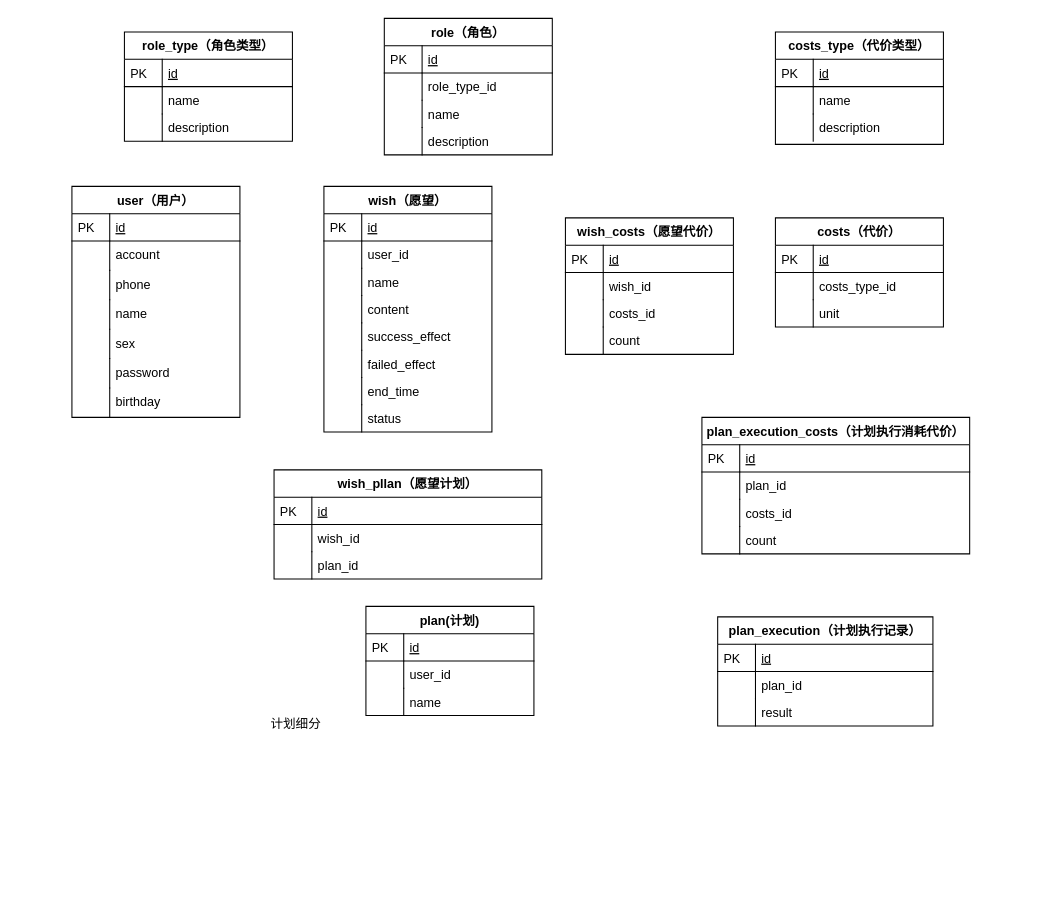
Earlier version of the draw.io diagram 人生管理系统.drawio (iceAcmen/myDesign). Source tidied: cells renumbered, new cells numbered last; positions are measured from the earlier drawing's top-left corner, leaving out a move shared by most shapes. Both pictures are drawn from the tidied source at 105%, with x=0, y=0 at pixel (71, 18).
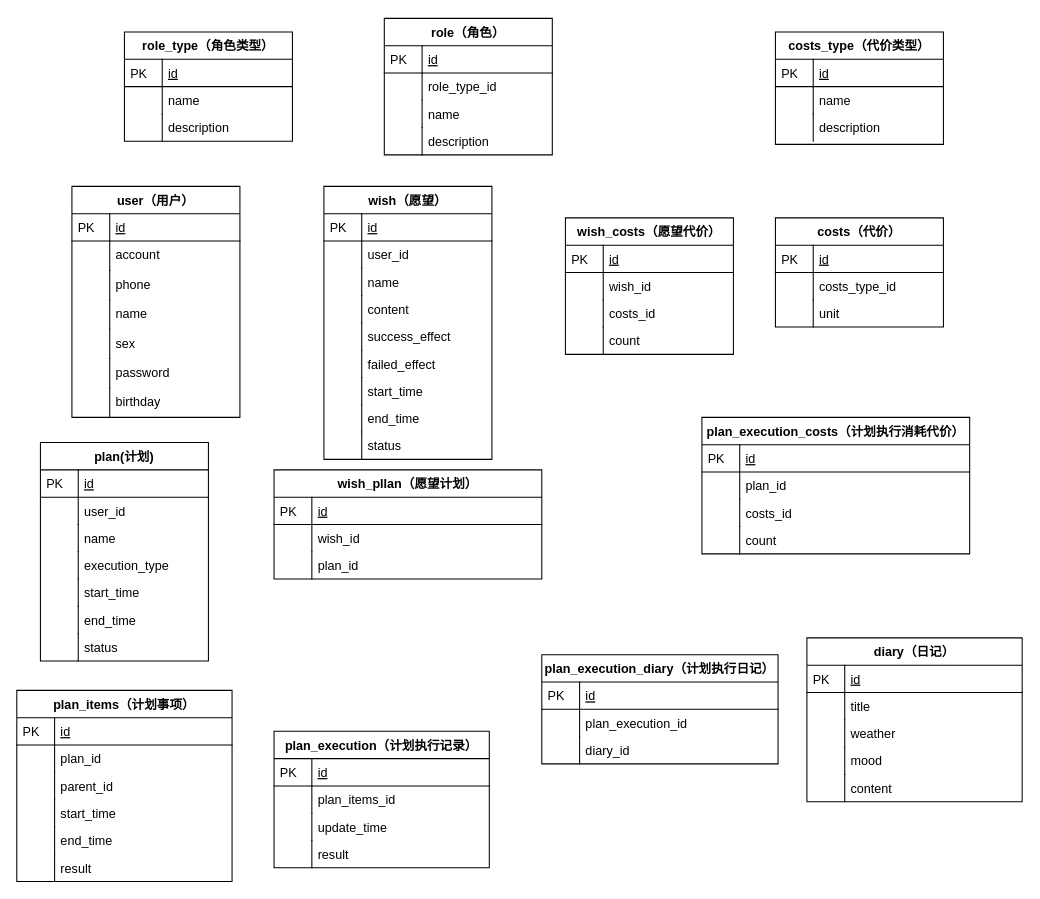
The same page after the edit.

Commit message:
更新人生管理系统.drawio

Diff of the diagram source:
```diff
@@
     <mxCell id="17" value="plan(计划)" style="swimlane;fontStyle=1;horizontal=1;startSize=26;rounded=0;shadow=0;strokeWidth=1;" parent="1" vertex="1">
-      <mxGeometry x="280" y="560" width="160" height="104" as="geometry" />
+      <mxGeometry x="-30" y="404" width="160" height="208" as="geometry" />
     </mxCell>
@@
+    <mxCell id="104" value="execution_type" style="shape=partialRectangle;top=0;left=0;right=0;bottom=0;align=left;verticalAlign=top;fillColor=none;spacingLeft=40;spacingRight=4;overflow=hidden;rounded=0;shadow=0;strokeWidth=1;" parent="17" vertex="1">
+      <mxGeometry y="104" width="160" height="26" as="geometry" />
+    </mxCell>
+    <mxCell id="105" style="shape=partialRectangle;top=0;left=0;bottom=0;fillColor=none;align=left;verticalAlign=top;spacingLeft=4;spacingRight=4;overflow=hidden;" parent="104" vertex="1">
+      <mxGeometry width="36" height="26" as="geometry" />
+    </mxCell>
+    <mxCell id="106" value="start_time" style="shape=partialRectangle;top=0;left=0;right=0;bottom=0;align=left;verticalAlign=top;fillColor=none;spacingLeft=40;spacingRight=4;overflow=hidden;rounded=0;shadow=0;strokeWidth=1;" parent="17" vertex="1">
+      <mxGeometry y="130" width="160" height="26" as="geometry" />
+    </mxCell>
+    <mxCell id="107" style="shape=partialRectangle;top=0;left=0;bottom=0;fillColor=none;align=left;verticalAlign=top;spacingLeft=4;spacingRight=4;overflow=hidden;" parent="106" vertex="1">
+      <mxGeometry width="36" height="26" as="geometry" />
+    </mxCell>
+    <mxCell id="108" value="end_time" style="shape=partialRectangle;top=0;left=0;right=0;bottom=0;align=left;verticalAlign=top;fillColor=none;spacingLeft=40;spacingRight=4;overflow=hidden;rounded=0;shadow=0;strokeWidth=1;" parent="17" vertex="1">
+      <mxGeometry y="156" width="160" height="26" as="geometry" />
+    </mxCell>
+    <mxCell id="109" style="shape=partialRectangle;top=0;left=0;bottom=0;fillColor=none;align=left;verticalAlign=top;spacingLeft=4;spacingRight=4;overflow=hidden;" parent="108" vertex="1">
+      <mxGeometry width="36" height="26" as="geometry" />
+    </mxCell>
+    <mxCell id="110" value="status" style="shape=partialRectangle;top=0;left=0;right=0;bottom=0;align=left;verticalAlign=top;fillColor=none;spacingLeft=40;spacingRight=4;overflow=hidden;rounded=0;shadow=0;strokeWidth=1;" parent="17" vertex="1">
+      <mxGeometry y="182" width="160" height="26" as="geometry" />
+    </mxCell>
+    <mxCell id="111" style="shape=partialRectangle;top=0;left=0;bottom=0;fillColor=none;align=left;verticalAlign=top;spacingLeft=4;spacingRight=4;overflow=hidden;" parent="110" vertex="1">
+      <mxGeometry width="36" height="26" as="geometry" />
+    </mxCell>
     <mxCell id="24" value="plan_execution（计划执行记录）" style="swimlane;fontStyle=1;horizontal=1;startSize=26;rounded=0;shadow=0;strokeWidth=1;" parent="1" vertex="1">
-      <mxGeometry x="615" y="570" width="205" height="104" as="geometry" />
+      <mxGeometry x="192.5" y="679" width="205" height="130" as="geometry" />
     </mxCell>
@@
-    <mxCell id="27" value="plan_id" style="shape=partialRectangle;top=0;left=0;right=0;bottom=0;align=left;verticalAlign=top;fillColor=none;spacingLeft=40;spacingRight=4;overflow=hidden;rounded=0;shadow=0;strokeWidth=1;" parent="24" vertex="1">
+    <mxCell id="27" value="plan_items_id" style="shape=partialRectangle;top=0;left=0;right=0;bottom=0;align=left;verticalAlign=top;fillColor=none;spacingLeft=40;spacingRight=4;overflow=hidden;rounded=0;shadow=0;strokeWidth=1;" parent="24" vertex="1">
       <mxGeometry y="52" width="205" height="26" as="geometry" />
     </mxCell>
@@
+    <mxCell id="112" value="update_time" style="shape=partialRectangle;top=0;left=0;right=0;bottom=0;align=left;verticalAlign=top;fillColor=none;spacingLeft=40;spacingRight=4;overflow=hidden;rounded=0;shadow=0;strokeWidth=1;" parent="24" vertex="1">
+      <mxGeometry y="78" width="205" height="26" as="geometry" />
+    </mxCell>
+    <mxCell id="113" style="shape=partialRectangle;top=0;left=0;bottom=0;fillColor=none;align=left;verticalAlign=top;spacingLeft=4;spacingRight=4;overflow=hidden;" parent="112" vertex="1">
+      <mxGeometry width="36" height="26" as="geometry" />
+    </mxCell>
     <mxCell id="29" value="result" style="shape=partialRectangle;top=0;left=0;right=0;bottom=0;align=left;verticalAlign=top;fillColor=none;spacingLeft=40;spacingRight=4;overflow=hidden;rounded=0;shadow=0;strokeWidth=1;" parent="24" vertex="1">
-      <mxGeometry y="78" width="205" height="26" as="geometry" />
+      <mxGeometry y="104" width="205" height="26" as="geometry" />
     </mxCell>
@@
     <mxCell id="31" value="wish（愿望）" style="swimlane;fontStyle=1;horizontal=1;startSize=26;rounded=0;shadow=0;strokeWidth=1;" parent="1" vertex="1">
-      <mxGeometry x="240" y="160" width="160" height="234" as="geometry" />
+      <mxGeometry x="240" y="160" width="160" height="260" as="geometry" />
     </mxCell>
@@
-    <mxCell id="44" value="end_time" style="shape=partialRectangle;top=0;left=0;right=0;bottom=0;align=left;verticalAlign=top;fillColor=none;spacingLeft=40;spacingRight=4;overflow=hidden;rounded=0;shadow=0;strokeWidth=1;" parent="31" vertex="1">
+    <mxCell id="44" value="start_time" style="shape=partialRectangle;top=0;left=0;right=0;bottom=0;align=left;verticalAlign=top;fillColor=none;spacingLeft=40;spacingRight=4;overflow=hidden;rounded=0;shadow=0;strokeWidth=1;" parent="31" vertex="1">
       <mxGeometry y="182" width="160" height="26" as="geometry" />
     </mxCell>
@@
+    <mxCell id="114" value="end_time" style="shape=partialRectangle;top=0;left=0;right=0;bottom=0;align=left;verticalAlign=top;fillColor=none;spacingLeft=40;spacingRight=4;overflow=hidden;rounded=0;shadow=0;strokeWidth=1;" parent="31" vertex="1">
+      <mxGeometry y="208" width="160" height="26" as="geometry" />
+    </mxCell>
+    <mxCell id="115" style="shape=partialRectangle;top=0;left=0;bottom=0;fillColor=none;align=left;verticalAlign=top;spacingLeft=4;spacingRight=4;overflow=hidden;" parent="114" vertex="1">
+      <mxGeometry width="36" height="26" as="geometry" />
+    </mxCell>
     <mxCell id="46" value="status" style="shape=partialRectangle;top=0;left=0;right=0;bottom=0;align=left;verticalAlign=top;fillColor=none;spacingLeft=40;spacingRight=4;overflow=hidden;rounded=0;shadow=0;strokeWidth=1;" parent="31" vertex="1">
-      <mxGeometry y="208" width="160" height="26" as="geometry" />
+      <mxGeometry y="234" width="160" height="26" as="geometry" />
     </mxCell>
@@
-    <mxCell id="103" value="计划细分" style="text;html=1;align=center;verticalAlign=middle;" parent="1" vertex="1">
-      <mxGeometry x="183" y="662" width="60" height="20" as="geometry" />
-    </mxCell>
+    <mxCell id="116" value="diary（日记）" style="swimlane;fontStyle=1;horizontal=1;startSize=26;rounded=0;shadow=0;strokeWidth=1;" parent="1" vertex="1">
+      <mxGeometry x="700" y="590" width="205" height="156" as="geometry" />
+    </mxCell>
+    <mxCell id="117" value="id" style="shape=partialRectangle;top=0;left=0;right=0;bottom=1;align=left;verticalAlign=top;fillColor=none;spacingLeft=40;spacingRight=4;overflow=hidden;rounded=0;shadow=0;strokeWidth=1;fontStyle=4;" parent="116" vertex="1">
+      <mxGeometry y="26" width="205" height="26" as="geometry" />
+    </mxCell>
+    <mxCell id="118" value="PK" style="shape=partialRectangle;top=0;left=0;bottom=0;fillColor=none;align=left;verticalAlign=top;spacingLeft=4;spacingRight=4;overflow=hidden;" parent="117" vertex="1">
+      <mxGeometry width="36" height="26" as="geometry" />
+    </mxCell>
+    <mxCell id="119" value="title" style="shape=partialRectangle;top=0;left=0;right=0;bottom=0;align=left;verticalAlign=top;fillColor=none;spacingLeft=40;spacingRight=4;overflow=hidden;rounded=0;shadow=0;strokeWidth=1;" parent="116" vertex="1">
+      <mxGeometry y="52" width="205" height="26" as="geometry" />
+    </mxCell>
+    <mxCell id="120" style="shape=partialRectangle;top=0;left=0;bottom=0;fillColor=none;align=left;verticalAlign=top;spacingLeft=4;spacingRight=4;overflow=hidden;" parent="119" vertex="1">
+      <mxGeometry width="36" height="26" as="geometry" />
+    </mxCell>
+    <mxCell id="121" value="weather" style="shape=partialRectangle;top=0;left=0;right=0;bottom=0;align=left;verticalAlign=top;fillColor=none;spacingLeft=40;spacingRight=4;overflow=hidden;rounded=0;shadow=0;strokeWidth=1;" parent="116" vertex="1">
+      <mxGeometry y="78" width="205" height="26" as="geometry" />
+    </mxCell>
+    <mxCell id="122" style="shape=partialRectangle;top=0;left=0;bottom=0;fillColor=none;align=left;verticalAlign=top;spacingLeft=4;spacingRight=4;overflow=hidden;" parent="121" vertex="1">
+      <mxGeometry width="36" height="26" as="geometry" />
+    </mxCell>
+    <mxCell id="123" value="mood" style="shape=partialRectangle;top=0;left=0;right=0;bottom=0;align=left;verticalAlign=top;fillColor=none;spacingLeft=40;spacingRight=4;overflow=hidden;rounded=0;shadow=0;strokeWidth=1;" parent="116" vertex="1">
+      <mxGeometry y="104" width="205" height="26" as="geometry" />
+    </mxCell>
+    <mxCell id="124" style="shape=partialRectangle;top=0;left=0;bottom=0;fillColor=none;align=left;verticalAlign=top;spacingLeft=4;spacingRight=4;overflow=hidden;" parent="123" vertex="1">
+      <mxGeometry width="36" height="26" as="geometry" />
+    </mxCell>
+    <mxCell id="125" value="content" style="shape=partialRectangle;top=0;left=0;right=0;bottom=0;align=left;verticalAlign=top;fillColor=none;spacingLeft=40;spacingRight=4;overflow=hidden;rounded=0;shadow=0;strokeWidth=1;" parent="116" vertex="1">
+      <mxGeometry y="130" width="205" height="26" as="geometry" />
+    </mxCell>
+    <mxCell id="126" style="shape=partialRectangle;top=0;left=0;bottom=0;fillColor=none;align=left;verticalAlign=top;spacingLeft=4;spacingRight=4;overflow=hidden;" parent="125" vertex="1">
+      <mxGeometry width="36" height="26" as="geometry" />
+    </mxCell>
+    <mxCell id="127" value="plan_execution_diary（计划执行日记）" style="swimlane;fontStyle=1;horizontal=1;startSize=26;rounded=0;shadow=0;strokeWidth=1;" parent="1" vertex="1">
+      <mxGeometry x="447.5" y="606" width="225" height="104" as="geometry" />
+    </mxCell>
+    <mxCell id="128" value="id" style="shape=partialRectangle;top=0;left=0;right=0;bottom=1;align=left;verticalAlign=top;fillColor=none;spacingLeft=40;spacingRight=4;overflow=hidden;rounded=0;shadow=0;strokeWidth=1;fontStyle=4;" parent="127" vertex="1">
+      <mxGeometry y="26" width="225" height="26" as="geometry" />
+    </mxCell>
+    <mxCell id="129" value="PK" style="shape=partialRectangle;top=0;left=0;bottom=0;fillColor=none;align=left;verticalAlign=top;spacingLeft=4;spacingRight=4;overflow=hidden;" parent="128" vertex="1">
+      <mxGeometry width="36" height="26" as="geometry" />
+    </mxCell>
+    <mxCell id="130" value="plan_execution_id" style="shape=partialRectangle;top=0;left=0;right=0;bottom=0;align=left;verticalAlign=top;fillColor=none;spacingLeft=40;spacingRight=4;overflow=hidden;rounded=0;shadow=0;strokeWidth=1;" parent="127" vertex="1">
+      <mxGeometry y="52" width="225" height="26" as="geometry" />
+    </mxCell>
+    <mxCell id="131" style="shape=partialRectangle;top=0;left=0;bottom=0;fillColor=none;align=left;verticalAlign=top;spacingLeft=4;spacingRight=4;overflow=hidden;" parent="130" vertex="1">
+      <mxGeometry width="36" height="26" as="geometry" />
+    </mxCell>
+    <mxCell id="132" value="diary_id" style="shape=partialRectangle;top=0;left=0;right=0;bottom=0;align=left;verticalAlign=top;fillColor=none;spacingLeft=40;spacingRight=4;overflow=hidden;rounded=0;shadow=0;strokeWidth=1;" parent="127" vertex="1">
+      <mxGeometry y="78" width="225" height="26" as="geometry" />
+    </mxCell>
+    <mxCell id="133" style="shape=partialRectangle;top=0;left=0;bottom=0;fillColor=none;align=left;verticalAlign=top;spacingLeft=4;spacingRight=4;overflow=hidden;" parent="132" vertex="1">
+      <mxGeometry width="36" height="26" as="geometry" />
+    </mxCell>
+    <mxCell id="134" value="plan_items（计划事项）" style="swimlane;fontStyle=1;horizontal=1;startSize=26;rounded=0;shadow=0;strokeWidth=1;" parent="1" vertex="1">
+      <mxGeometry x="-52.5" y="640" width="205" height="182" as="geometry" />
+    </mxCell>
+    <mxCell id="135" value="id" style="shape=partialRectangle;top=0;left=0;right=0;bottom=1;align=left;verticalAlign=top;fillColor=none;spacingLeft=40;spacingRight=4;overflow=hidden;rounded=0;shadow=0;strokeWidth=1;fontStyle=4;" parent="134" vertex="1">
+      <mxGeometry y="26" width="205" height="26" as="geometry" />
+    </mxCell>
+    <mxCell id="136" value="PK" style="shape=partialRectangle;top=0;left=0;bottom=0;fillColor=none;align=left;verticalAlign=top;spacingLeft=4;spacingRight=4;overflow=hidden;" parent="135" vertex="1">
+      <mxGeometry width="36" height="26" as="geometry" />
+    </mxCell>
+    <mxCell id="137" value="plan_id" style="shape=partialRectangle;top=0;left=0;right=0;bottom=0;align=left;verticalAlign=top;fillColor=none;spacingLeft=40;spacingRight=4;overflow=hidden;rounded=0;shadow=0;strokeWidth=1;" parent="134" vertex="1">
+      <mxGeometry y="52" width="205" height="26" as="geometry" />
+    </mxCell>
+    <mxCell id="138" style="shape=partialRectangle;top=0;left=0;bottom=0;fillColor=none;align=left;verticalAlign=top;spacingLeft=4;spacingRight=4;overflow=hidden;" parent="137" vertex="1">
+      <mxGeometry width="36" height="26" as="geometry" />
+    </mxCell>
+    <mxCell id="139" value="parent_id" style="shape=partialRectangle;top=0;left=0;right=0;bottom=0;align=left;verticalAlign=top;fillColor=none;spacingLeft=40;spacingRight=4;overflow=hidden;rounded=0;shadow=0;strokeWidth=1;" parent="134" vertex="1">
+      <mxGeometry y="78" width="205" height="26" as="geometry" />
+    </mxCell>
+    <mxCell id="140" style="shape=partialRectangle;top=0;left=0;bottom=0;fillColor=none;align=left;verticalAlign=top;spacingLeft=4;spacingRight=4;overflow=hidden;" parent="139" vertex="1">
+      <mxGeometry width="36" height="26" as="geometry" />
+    </mxCell>
+    <mxCell id="141" value="start_time" style="shape=partialRectangle;top=0;left=0;right=0;bottom=0;align=left;verticalAlign=top;fillColor=none;spacingLeft=40;spacingRight=4;overflow=hidden;rounded=0;shadow=0;strokeWidth=1;" parent="134" vertex="1">
+      <mxGeometry y="104" width="205" height="26" as="geometry" />
+    </mxCell>
+    <mxCell id="142" style="shape=partialRectangle;top=0;left=0;bottom=0;fillColor=none;align=left;verticalAlign=top;spacingLeft=4;spacingRight=4;overflow=hidden;" parent="141" vertex="1">
+      <mxGeometry width="36" height="26" as="geometry" />
+    </mxCell>
+    <mxCell id="143" value="end_time" style="shape=partialRectangle;top=0;left=0;right=0;bottom=0;align=left;verticalAlign=top;fillColor=none;spacingLeft=40;spacingRight=4;overflow=hidden;rounded=0;shadow=0;strokeWidth=1;" parent="134" vertex="1">
+      <mxGeometry y="130" width="205" height="26" as="geometry" />
+    </mxCell>
+    <mxCell id="144" style="shape=partialRectangle;top=0;left=0;bottom=0;fillColor=none;align=left;verticalAlign=top;spacingLeft=4;spacingRight=4;overflow=hidden;" parent="143" vertex="1">
+      <mxGeometry width="36" height="26" as="geometry" />
+    </mxCell>
+    <mxCell id="145" value="result" style="shape=partialRectangle;top=0;left=0;right=0;bottom=0;align=left;verticalAlign=top;fillColor=none;spacingLeft=40;spacingRight=4;overflow=hidden;rounded=0;shadow=0;strokeWidth=1;" parent="134" vertex="1">
+      <mxGeometry y="156" width="205" height="26" as="geometry" />
+    </mxCell>
+    <mxCell id="146" style="shape=partialRectangle;top=0;left=0;bottom=0;fillColor=none;align=left;verticalAlign=top;spacingLeft=4;spacingRight=4;overflow=hidden;" parent="145" vertex="1">
+      <mxGeometry width="36" height="26" as="geometry" />
+    </mxCell>
```
